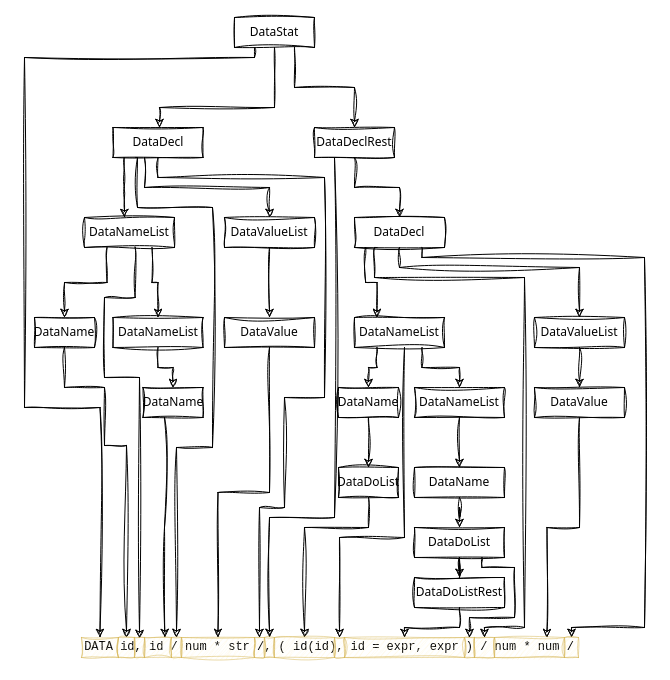
Earlier version of the draw.io diagram Exercise01/pictures/Syntaxtree.drawio (MxBurger/FCW1). Source tidied: cells renumbered, new cells numbered last; positions are measured from the earlier drawing's top-left corner, leaving out a move shared by most shapes. Both pictures are drawn from the tidied source at 100%, with x=0, y=0 at pixel (24, 17).
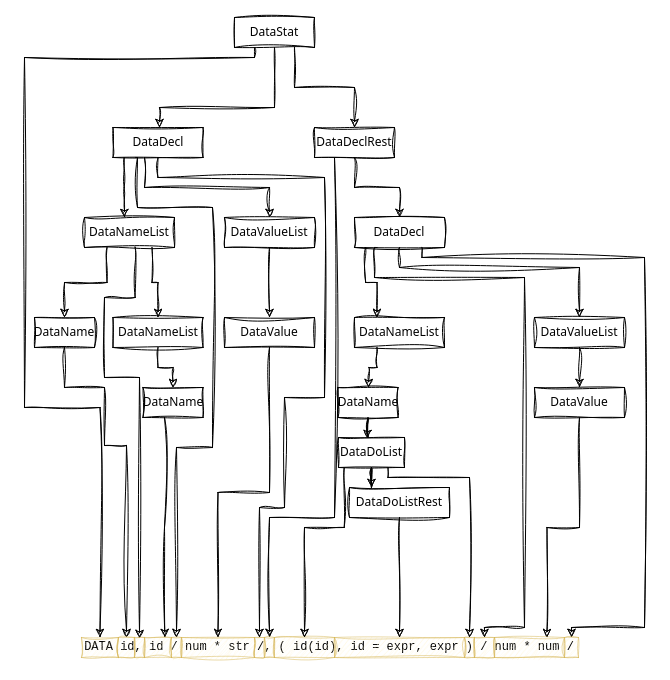
The same page after the edit.

Commit message (it also covers changes not shown here):
task1-syntax-tree

Unchanged cells that the change refers to:
```xml
<mxCell id="44" style="rounded=0;whiteSpace=wrap;html=1;fillColor=#fff2cc;strokeColor=#d6b656;opacity=50;sketch=1;curveFitting=1;jiggle=2;" parent="1" vertex="1">
  <mxGeometry x="250" y="620" width="60" height="20" as="geometry" />
</mxCell>
<mxCell id="48" value="DataNameList" style="rounded=0;whiteSpace=wrap;html=1;fillColor=none;fontFamily=Tahoma;sketch=1;curveFitting=1;jiggle=2;" parent="1" vertex="1">
  <mxGeometry x="330" y="300" width="90" height="30" as="geometry" />
</mxCell>
<mxCell id="60" style="rounded=0;whiteSpace=wrap;html=1;fillColor=#fff2cc;strokeColor=#d6b656;opacity=50;sketch=1;curveFitting=1;jiggle=2;" parent="1" vertex="1">
  <mxGeometry x="440" y="620" width="10" height="20" as="geometry" />
</mxCell>
```

The edit, as a diff of the source:
```diff
@@
-    <mxCell id="40" style="edgeStyle=orthogonalEdgeStyle;rounded=0;jettySize=auto;html=1;entryX=0.5;entryY=0;entryDx=0;entryDy=0;sketch=1;curveFitting=1;jiggle=2;" parent="1" edge="1" source="41" target="43">
-      <mxGeometry relative="1" as="geometry" />
-    </mxCell>
-    <mxCell id="41" value="DataName" style="rounded=0;whiteSpace=wrap;html=1;fillColor=none;fontFamily=Tahoma;sketch=1;curveFitting=1;jiggle=2;" parent="1" vertex="1">
-      <mxGeometry x="314" y="370" width="60" height="30" as="geometry" />
-    </mxCell>
-    <mxCell id="42" style="edgeStyle=orthogonalEdgeStyle;rounded=0;jettySize=auto;html=1;entryX=0.5;entryY=0;entryDx=0;entryDy=0;sketch=1;curveFitting=1;jiggle=2;" parent="1" edge="1" source="43" target="44">
-      <mxGeometry relative="1" as="geometry">
-        <Array as="points">
-          <mxPoint x="344" y="510" />
-          <mxPoint x="280" y="510" />
-        </Array>
-      </mxGeometry>
-    </mxCell>
-    <mxCell id="43" value="DataDoList" style="rounded=0;whiteSpace=wrap;html=1;fillColor=none;fontFamily=Tahoma;sketch=1;curveFitting=1;jiggle=2;" parent="1" vertex="1">
-      <mxGeometry x="314" y="450" width="60" height="30" as="geometry" />
-    </mxCell>
@@
-    <mxCell id="45" style="edgeStyle=orthogonalEdgeStyle;rounded=0;jettySize=auto;html=1;entryX=0.5;entryY=0;entryDx=0;entryDy=0;sketch=1;curveFitting=1;jiggle=2;exitX=0.25;exitY=1;exitDx=0;exitDy=0;" parent="1" edge="1" source="48" target="41">
-      <mxGeometry relative="1" as="geometry" />
+    <mxCell id="45" style="edgeStyle=orthogonalEdgeStyle;rounded=0;jettySize=auto;html=1;entryX=0.5;entryY=0;entryDx=0;entryDy=0;sketch=1;curveFitting=1;jiggle=2;exitX=0.25;exitY=1;exitDx=0;exitDy=0;" parent="1" edge="1" source="48">
+      <mxGeometry relative="1" as="geometry">
+        <mxPoint x="344" y="370" as="targetPoint" />
+      </mxGeometry>
     </mxCell>
-    <mxCell id="46" style="edgeStyle=orthogonalEdgeStyle;rounded=0;jettySize=auto;html=1;entryX=0.5;entryY=0;entryDx=0;entryDy=0;sketch=1;curveFitting=1;jiggle=2;" parent="1" edge="1" source="48" target="49">
-      <mxGeometry relative="1" as="geometry">
-        <Array as="points">
-          <mxPoint x="380" y="520" />
-          <mxPoint x="315" y="520" />
-        </Array>
-      </mxGeometry>
-    </mxCell>
-    <mxCell id="47" style="edgeStyle=orthogonalEdgeStyle;rounded=0;jettySize=auto;html=1;exitX=0.75;exitY=1;exitDx=0;exitDy=0;entryX=0.5;entryY=0;entryDx=0;entryDy=0;sketch=1;curveFitting=1;jiggle=2;" parent="1" edge="1" source="48" target="51">
-      <mxGeometry relative="1" as="geometry" />
-    </mxCell>
@@
-    <mxCell id="49" style="rounded=0;whiteSpace=wrap;html=1;fillColor=#fff2cc;strokeColor=#d6b656;opacity=50;sketch=1;curveFitting=1;jiggle=2;" parent="1" vertex="1">
-      <mxGeometry x="310" y="620" width="10" height="20" as="geometry" />
-    </mxCell>
-    <mxCell id="50" style="edgeStyle=orthogonalEdgeStyle;rounded=0;jettySize=auto;html=1;entryX=0.5;entryY=0;entryDx=0;entryDy=0;sketch=1;curveFitting=1;jiggle=2;" parent="1" edge="1" source="51" target="53">
-      <mxGeometry relative="1" as="geometry" />
-    </mxCell>
-    <mxCell id="51" value="DataNameList" style="rounded=0;whiteSpace=wrap;html=1;fillColor=none;fontFamily=Tahoma;sketch=1;curveFitting=1;jiggle=2;" parent="1" vertex="1">
-      <mxGeometry x="390" y="370" width="90" height="30" as="geometry" />
-    </mxCell>
-    <mxCell id="52" style="edgeStyle=orthogonalEdgeStyle;rounded=0;jettySize=auto;html=1;entryX=0.5;entryY=0;entryDx=0;entryDy=0;sketch=1;curveFitting=1;jiggle=2;" parent="1" edge="1" source="53" target="56">
-      <mxGeometry relative="1" as="geometry" />
-    </mxCell>
-    <mxCell id="53" value="DataName" style="rounded=0;whiteSpace=wrap;html=1;fillColor=none;fontFamily=Tahoma;sketch=1;curveFitting=1;jiggle=2;" parent="1" vertex="1">
-      <mxGeometry x="390" y="450" width="90" height="30" as="geometry" />
-    </mxCell>
-    <mxCell id="54" style="edgeStyle=orthogonalEdgeStyle;rounded=0;jettySize=auto;html=1;entryX=0.5;entryY=0;entryDx=0;entryDy=0;sketch=1;curveFitting=1;jiggle=2;" parent="1" edge="1" source="56" target="58">
-      <mxGeometry relative="1" as="geometry" />
-    </mxCell>
-    <mxCell id="55" style="edgeStyle=orthogonalEdgeStyle;rounded=0;jettySize=auto;html=1;exitX=0.75;exitY=1;exitDx=0;exitDy=0;entryX=0.5;entryY=0;entryDx=0;entryDy=0;sketch=1;curveFitting=1;jiggle=2;" parent="1" edge="1" source="56" target="60">
-      <mxGeometry relative="1" as="geometry">
-        <Array as="points">
-          <mxPoint x="458" y="550" />
-          <mxPoint x="490" y="550" />
-          <mxPoint x="490" y="600" />
-          <mxPoint x="445" y="600" />
-        </Array>
-      </mxGeometry>
-    </mxCell>
-    <mxCell id="56" value="DataDoList" style="rounded=0;whiteSpace=wrap;html=1;fillColor=none;fontFamily=Tahoma;sketch=1;curveFitting=1;jiggle=2;" parent="1" vertex="1">
-      <mxGeometry x="390" y="510" width="90" height="30" as="geometry" />
-    </mxCell>
-    <mxCell id="57" style="edgeStyle=orthogonalEdgeStyle;rounded=0;jettySize=auto;html=1;entryX=0.5;entryY=0;entryDx=0;entryDy=0;sketch=1;curveFitting=1;jiggle=2;" parent="1" edge="1" source="58" target="59">
-      <mxGeometry relative="1" as="geometry" />
-    </mxCell>
-    <mxCell id="58" value="DataDoListRest" style="rounded=0;whiteSpace=wrap;html=1;fillColor=none;fontFamily=Tahoma;sketch=1;curveFitting=1;jiggle=2;" parent="1" vertex="1">
-      <mxGeometry x="390" y="560" width="90" height="30" as="geometry" />
-    </mxCell>
     <mxCell id="59" style="rounded=0;whiteSpace=wrap;html=1;fillColor=#fff2cc;strokeColor=#d6b656;opacity=50;sketch=1;curveFitting=1;jiggle=2;" parent="1" vertex="1">
-      <mxGeometry x="320" y="620" width="120" height="20" as="geometry" />
+      <mxGeometry x="310" y="620" width="130" height="20" as="geometry" />
     </mxCell>
@@
+    <mxCell id="70" style="edgeStyle=orthogonalEdgeStyle;rounded=0;jettySize=auto;html=1;sketch=1;curveFitting=1;jiggle=2;" parent="1" edge="1" source="71">
+      <mxGeometry relative="1" as="geometry">
+        <mxPoint x="343" y="421" as="targetPoint" />
+      </mxGeometry>
+    </mxCell>
+    <mxCell id="71" value="DataName" style="rounded=0;whiteSpace=wrap;html=1;fillColor=none;fontFamily=Tahoma;sketch=1;curveFitting=1;jiggle=2;" parent="1" vertex="1">
+      <mxGeometry x="313.5" y="370" width="60" height="30" as="geometry" />
+    </mxCell>
+    <mxCell id="72" style="edgeStyle=orthogonalEdgeStyle;rounded=0;jettySize=auto;html=1;entryX=0.5;entryY=0;entryDx=0;entryDy=0;sketch=1;curveFitting=1;jiggle=2;exitX=0.086;exitY=1.011;exitDx=0;exitDy=0;exitPerimeter=0;" parent="1" edge="1" source="75" target="44">
+      <mxGeometry relative="1" as="geometry">
+        <Array as="points">
+          <mxPoint x="320" y="510" />
+          <mxPoint x="280" y="510" />
+        </Array>
+      </mxGeometry>
+    </mxCell>
+    <mxCell id="73" style="edgeStyle=orthogonalEdgeStyle;rounded=0;jettySize=auto;html=1;entryX=0.22;entryY=0;entryDx=0;entryDy=0;entryPerimeter=0;sketch=1;curveFitting=1;jiggle=2;" parent="1" edge="1" source="75" target="58">
+      <mxGeometry relative="1" as="geometry" />
+    </mxCell>
+    <mxCell id="74" style="edgeStyle=orthogonalEdgeStyle;rounded=0;jettySize=auto;html=1;exitX=0.75;exitY=1;exitDx=0;exitDy=0;entryX=0.5;entryY=0;entryDx=0;entryDy=0;sketch=1;curveFitting=1;jiggle=2;" parent="1" edge="1" source="75" target="60">
+      <mxGeometry relative="1" as="geometry">
+        <Array as="points">
+          <mxPoint x="364" y="460" />
+          <mxPoint x="445" y="460" />
+        </Array>
+      </mxGeometry>
+    </mxCell>
+    <mxCell id="75" value="DataDoList" style="rounded=0;whiteSpace=wrap;html=1;fillColor=none;fontFamily=Tahoma;sketch=1;curveFitting=1;jiggle=2;" parent="1" vertex="1">
+      <mxGeometry x="314" y="420" width="66" height="30" as="geometry" />
+    </mxCell>
+    <mxCell id="57" style="edgeStyle=orthogonalEdgeStyle;rounded=0;jettySize=auto;html=1;entryX=0.5;entryY=0;entryDx=0;entryDy=0;sketch=1;curveFitting=1;jiggle=2;" parent="1" edge="1" source="58" target="59">
+      <mxGeometry relative="1" as="geometry" />
+    </mxCell>
+    <mxCell id="58" value="DataDoListRest" style="rounded=0;whiteSpace=wrap;html=1;fillColor=none;fontFamily=Tahoma;sketch=1;curveFitting=1;jiggle=2;" parent="1" vertex="1">
+      <mxGeometry x="325" y="470" width="100" height="30" as="geometry" />
+    </mxCell>
```
